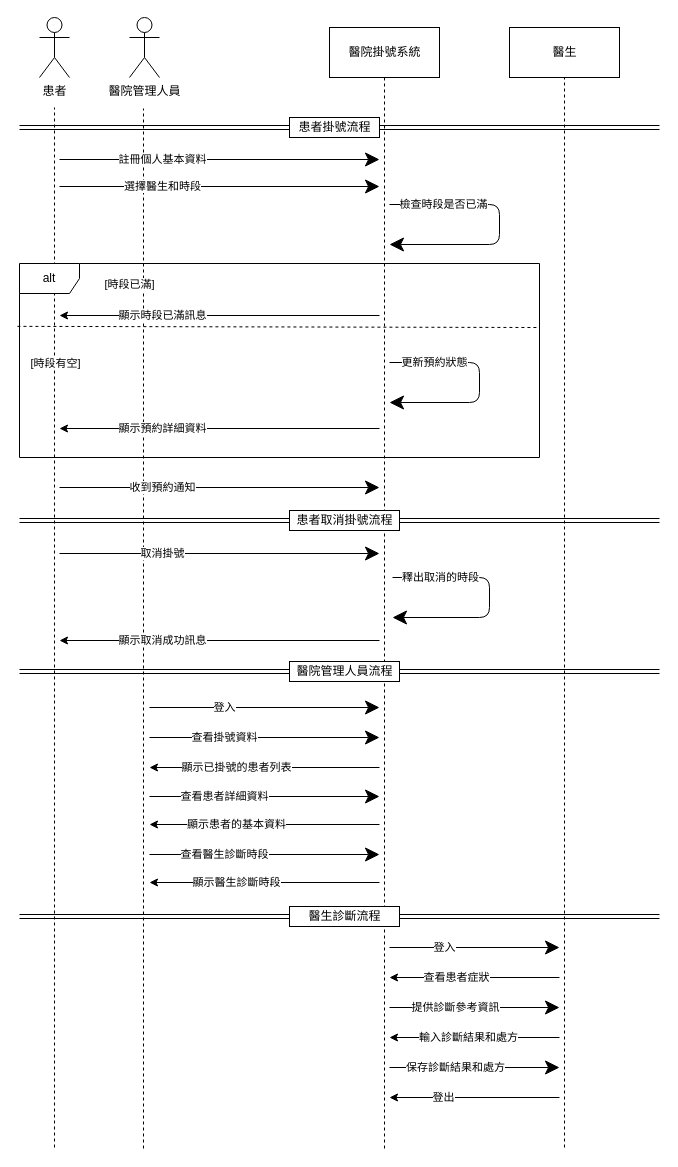
zxt0629/project keeps this draw.io diagram as page "系統循序圖" (3 of 4) of project.drawio. Above is the earlier version. Source tidied: cells renumbered, new cells numbered last; positions are measured from the earlier drawing's top-left corner, leaving out a move shared by most shapes. Both pictures are drawn from the tidied source at 100%, with x=0, y=0 at pixel (19, 17).
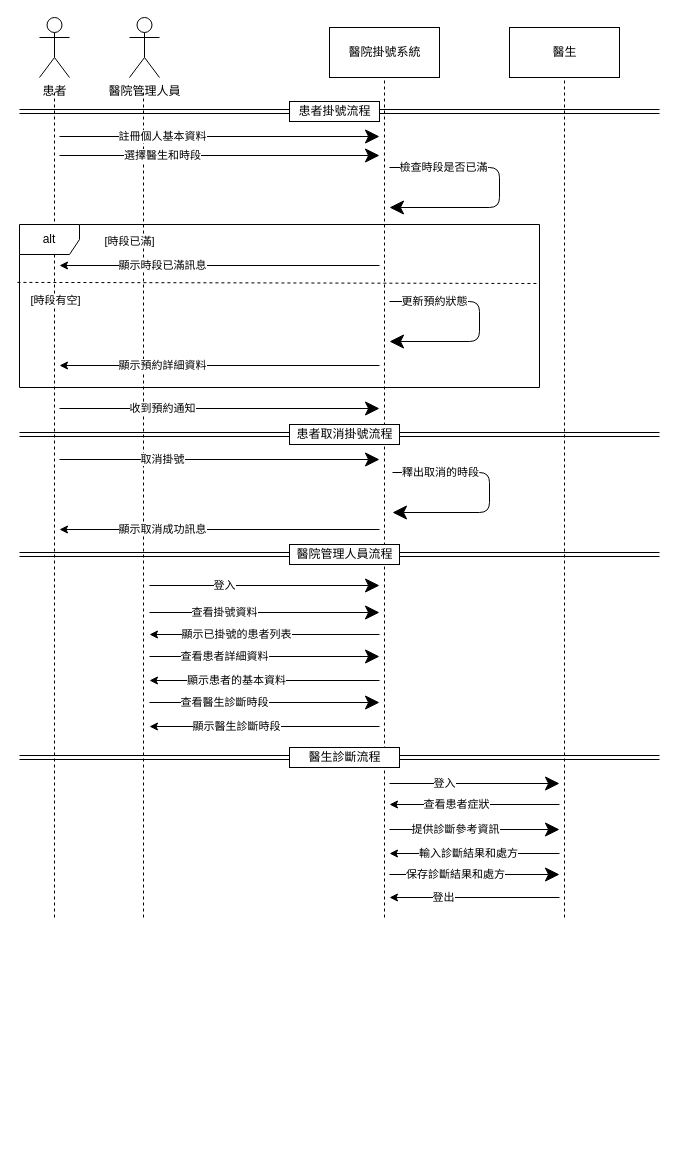
After the change.

Unchanged cells that the change refers to:
```xml
<mxCell id="5" value="醫院掛號系統" style="html=1;" parent="1" vertex="1">
  <mxGeometry x="310" y="10" width="110" height="50" as="geometry" />
</mxCell>
<mxCell id="6" value="醫生" style="html=1;" parent="1" vertex="1">
  <mxGeometry x="490" y="10" width="110" height="50" as="geometry" />
</mxCell>
```

Change to the diagram source:
```diff
@@
     <mxCell id="4" style="endArrow=classic;startArrow=none;html=1;shape=link;" parent="1" edge="1" source="12">
       <mxGeometry relative="1" as="geometry">
-        <mxPoint x="640" y="110" as="targetPoint" />
+        <mxPoint x="640" y="94" as="targetPoint" />
       </mxGeometry>
     </mxCell>
@@
     <mxCell id="7" style="endArrow=none;dashed=1;html=1;" parent="1" edge="1">
       <mxGeometry relative="1" as="geometry">
-        <mxPoint x="35" y="1130" as="sourcePoint" />
-        <mxPoint x="35" y="90" as="targetPoint" />
+        <mxPoint x="35" y="900" as="sourcePoint" />
+        <mxPoint x="35" y="74" as="targetPoint" />
       </mxGeometry>
     </mxCell>
     <mxCell id="8" style="endArrow=none;dashed=1;html=1;" parent="1" edge="1">
       <mxGeometry relative="1" as="geometry">
-        <mxPoint x="124" y="1131" as="sourcePoint" />
-        <mxPoint x="124" y="91" as="targetPoint" />
+        <mxPoint x="124" y="900" as="sourcePoint" />
+        <mxPoint x="124" y="75" as="targetPoint" />
       </mxGeometry>
     </mxCell>
     <mxCell id="9" style="endArrow=none;dashed=1;html=1;entryX=0.5;entryY=1;entryDx=0;entryDy=0;" parent="1" edge="1" target="5">
       <mxGeometry relative="1" as="geometry">
-        <mxPoint x="365" y="1131" as="sourcePoint" />
+        <mxPoint x="365" y="900" as="sourcePoint" />
       </mxGeometry>
     </mxCell>
     <mxCell id="10" style="endArrow=none;dashed=1;html=1;entryX=0.5;entryY=1;entryDx=0;entryDy=0;" parent="1" edge="1" target="6">
       <mxGeometry relative="1" as="geometry">
-        <mxPoint x="545" y="1130" as="sourcePoint" />
+        <mxPoint x="545" y="900" as="sourcePoint" />
       </mxGeometry>
     </mxCell>
     <mxCell id="11" style="endArrow=none;startArrow=classic;html=1;shape=link;" parent="1" edge="1" target="12">
       <mxGeometry relative="1" as="geometry">
-        <mxPoint y="110" as="sourcePoint" />
+        <mxPoint y="94" as="sourcePoint" />
       </mxGeometry>
     </mxCell>
     <mxCell id="12" value="患者掛號流程" style="html=1;" parent="1" vertex="1">
-      <mxGeometry x="270" y="100" width="90" height="20" as="geometry" />
+      <mxGeometry x="270" y="84" width="90" height="20" as="geometry" />
     </mxCell>
     <mxCell id="13" style="endArrow=classic;endFill=1;endSize=12;html=1;" parent="1" edge="1">
       <mxGeometry relative="1" as="geometry">
-        <mxPoint x="40" y="142" as="sourcePoint" />
-        <mxPoint x="360" y="142" as="targetPoint" />
+        <mxPoint x="40" y="119" as="sourcePoint" />
+        <mxPoint x="360" y="119" as="targetPoint" />
       </mxGeometry>
     </mxCell>
@@
     <mxCell id="15" style="endArrow=classic;endFill=1;endSize=12;html=1;" parent="1" edge="1">
       <mxGeometry relative="1" as="geometry">
-        <mxPoint x="40" y="169" as="sourcePoint" />
-        <mxPoint x="360" y="169" as="targetPoint" />
+        <mxPoint x="40" y="138" as="sourcePoint" />
+        <mxPoint x="360" y="138" as="targetPoint" />
       </mxGeometry>
     </mxCell>
@@
     <mxCell id="17" style="endArrow=classic;endFill=1;endSize=12;html=1;" parent="1" edge="1">
       <mxGeometry relative="1" as="geometry">
-        <mxPoint x="370" y="187" as="sourcePoint" />
-        <mxPoint x="370" y="227" as="targetPoint" />
+        <mxPoint x="370" y="150" as="sourcePoint" />
+        <mxPoint x="370" y="190" as="targetPoint" />
         <Array as="points">
-          <mxPoint x="480" y="187" />
-          <mxPoint x="480" y="227" />
+          <mxPoint x="480" y="150" />
+          <mxPoint x="480" y="190" />
         </Array>
       </mxGeometry>
     </mxCell>
@@
     <mxCell id="19" value="alt" style="shape=umlFrame;whiteSpace=wrap;html=1;" parent="1" vertex="1">
-      <mxGeometry y="246" width="520" height="194" as="geometry" />
+      <mxGeometry y="207" width="520" height="163" as="geometry" />
     </mxCell>
     <mxCell id="20" style="endArrow=none;endFill=0;endSize=12;html=1;startArrow=classic;startFill=1;" parent="1" edge="1">
       <mxGeometry relative="1" as="geometry">
-        <mxPoint x="40" y="298" as="sourcePoint" />
-        <mxPoint x="360" y="298" as="targetPoint" />
+        <mxPoint x="40" y="248" as="sourcePoint" />
+        <mxPoint x="360" y="248" as="targetPoint" />
       </mxGeometry>
     </mxCell>
@@
     <mxCell id="22" value="[時段已滿]" style="edgeLabel;html=1;align=center;verticalAlign=middle;" parent="20" vertex="1">
       <mxGeometry x="0.2" y="3" relative="1" as="geometry">
-        <mxPoint x="-123" y="-29" as="offset" />
+        <mxPoint x="-123" y="-22" as="offset" />
       </mxGeometry>
     </mxCell>
-    <mxCell id="23" style="endArrow=none;dashed=1;html=1;exitX=-0.004;exitY=0.324;exitDx=0;exitDy=0;exitPerimeter=0;entryX=1.001;entryY=0.33;entryDx=0;entryDy=0;entryPerimeter=0;" parent="1" edge="1" source="19" target="19">
-      <mxGeometry relative="1" as="geometry" />
+    <mxCell id="23" style="endArrow=none;dashed=1;html=1;exitX=-0.004;exitY=0.324;exitDx=0;exitDy=0;exitPerimeter=0;entryX=1.001;entryY=0.33;entryDx=0;entryDy=0;entryPerimeter=0;" parent="1" edge="1">
+      <mxGeometry relative="1" as="geometry">
+        <mxPoint x="-2.1" y="264.9" as="sourcePoint" />
+        <mxPoint x="520.5" y="266" as="targetPoint" />
+      </mxGeometry>
     </mxCell>
     <mxCell id="24" value="[時段有空]" style="edgeLabel;html=1;align=center;verticalAlign=middle;" parent="1" vertex="1">
-      <mxGeometry x="35" y="345" as="geometry" />
+      <mxGeometry x="35" y="282" as="geometry" />
     </mxCell>
     <mxCell id="25" style="endArrow=classic;endFill=1;endSize=12;html=1;" parent="1" edge="1">
       <mxGeometry relative="1" as="geometry">
-        <mxPoint x="370" y="345" as="sourcePoint" />
-        <mxPoint x="370" y="385" as="targetPoint" />
+        <mxPoint x="370" y="284" as="sourcePoint" />
+        <mxPoint x="370" y="324" as="targetPoint" />
         <Array as="points">
-          <mxPoint x="460" y="345" />
-          <mxPoint x="460" y="385" />
+          <mxPoint x="460" y="284" />
+          <mxPoint x="460" y="324" />
         </Array>
       </mxGeometry>
     </mxCell>
@@
     <mxCell id="27" style="endArrow=none;endFill=0;endSize=12;html=1;startArrow=classic;startFill=1;" parent="1" edge="1">
       <mxGeometry relative="1" as="geometry">
-        <mxPoint x="40" y="411" as="sourcePoint" />
-        <mxPoint x="360" y="411" as="targetPoint" />
+        <mxPoint x="40" y="348" as="sourcePoint" />
+        <mxPoint x="360" y="348" as="targetPoint" />
       </mxGeometry>
     </mxCell>
@@
     <mxCell id="29" style="endArrow=classic;endFill=1;endSize=12;html=1;" parent="1" edge="1">
       <mxGeometry relative="1" as="geometry">
-        <mxPoint x="40" y="470" as="sourcePoint" />
-        <mxPoint x="360" y="470" as="targetPoint" />
+        <mxPoint x="40" y="391" as="sourcePoint" />
+        <mxPoint x="360" y="391" as="targetPoint" />
       </mxGeometry>
     </mxCell>
@@
     <mxCell id="31" style="endArrow=classic;startArrow=none;html=1;shape=link;" parent="1" edge="1" source="33">
       <mxGeometry relative="1" as="geometry">
-        <mxPoint x="640" y="503" as="targetPoint" />
+        <mxPoint x="640" y="417" as="targetPoint" />
       </mxGeometry>
     </mxCell>
     <mxCell id="32" style="endArrow=none;startArrow=classic;html=1;shape=link;" parent="1" edge="1" target="33">
       <mxGeometry relative="1" as="geometry">
-        <mxPoint y="503" as="sourcePoint" />
+        <mxPoint y="417" as="sourcePoint" />
       </mxGeometry>
     </mxCell>
     <mxCell id="33" value="患者取消掛號流程" style="html=1;" parent="1" vertex="1">
-      <mxGeometry x="270" y="493" width="110" height="20" as="geometry" />
+      <mxGeometry x="270" y="407" width="110" height="20" as="geometry" />
     </mxCell>
     <mxCell id="34" style="endArrow=classic;endFill=1;endSize=12;html=1;" parent="1" edge="1">
       <mxGeometry relative="1" as="geometry">
-        <mxPoint x="40" y="536" as="sourcePoint" />
-        <mxPoint x="360" y="536" as="targetPoint" />
+        <mxPoint x="40" y="442" as="sourcePoint" />
+        <mxPoint x="360" y="442" as="targetPoint" />
       </mxGeometry>
     </mxCell>
@@
     <mxCell id="36" style="endArrow=classic;endFill=1;endSize=12;html=1;" parent="1" edge="1">
       <mxGeometry relative="1" as="geometry">
-        <mxPoint x="373" y="560" as="sourcePoint" />
-        <mxPoint x="373" y="600" as="targetPoint" />
+        <mxPoint x="373" y="455" as="sourcePoint" />
+        <mxPoint x="373" y="495" as="targetPoint" />
         <Array as="points">
-          <mxPoint x="470" y="560" />
-          <mxPoint x="470" y="600" />
+          <mxPoint x="470" y="455" />
+          <mxPoint x="470" y="495" />
         </Array>
       </mxGeometry>
     </mxCell>
@@
     <mxCell id="38" style="endArrow=none;endFill=0;endSize=12;html=1;startArrow=classic;startFill=1;" parent="1" edge="1">
       <mxGeometry relative="1" as="geometry">
-        <mxPoint x="40" y="623" as="sourcePoint" />
-        <mxPoint x="360" y="623" as="targetPoint" />
+        <mxPoint x="40" y="512" as="sourcePoint" />
+        <mxPoint x="360" y="512" as="targetPoint" />
       </mxGeometry>
     </mxCell>
@@
     <mxCell id="40" style="endArrow=classic;startArrow=none;html=1;shape=link;" parent="1" edge="1" source="42">
       <mxGeometry relative="1" as="geometry">
-        <mxPoint x="640" y="654" as="targetPoint" />
+        <mxPoint x="640" y="537" as="targetPoint" />
       </mxGeometry>
     </mxCell>
     <mxCell id="41" style="endArrow=none;startArrow=classic;html=1;shape=link;" parent="1" edge="1" target="42">
       <mxGeometry relative="1" as="geometry">
-        <mxPoint y="654" as="sourcePoint" />
+        <mxPoint y="537" as="sourcePoint" />
       </mxGeometry>
     </mxCell>
     <mxCell id="42" value="醫院管理人員流程" style="html=1;" parent="1" vertex="1">
-      <mxGeometry x="270" y="644" width="110" height="20" as="geometry" />
+      <mxGeometry x="270" y="527" width="110" height="20" as="geometry" />
     </mxCell>
     <mxCell id="43" style="endArrow=classic;endFill=1;endSize=12;html=1;" parent="1" edge="1">
       <mxGeometry relative="1" as="geometry">
-        <mxPoint x="130" y="690" as="sourcePoint" />
-        <mxPoint x="360" y="690" as="targetPoint" />
+        <mxPoint x="130" y="568" as="sourcePoint" />
+        <mxPoint x="360" y="568" as="targetPoint" />
       </mxGeometry>
     </mxCell>
@@
     <mxCell id="45" style="endArrow=classic;endFill=1;endSize=12;html=1;" parent="1" edge="1">
       <mxGeometry relative="1" as="geometry">
-        <mxPoint x="130" y="720" as="sourcePoint" />
-        <mxPoint x="360" y="720" as="targetPoint" />
+        <mxPoint x="130" y="595" as="sourcePoint" />
+        <mxPoint x="360" y="595" as="targetPoint" />
       </mxGeometry>
     </mxCell>
@@
     <mxCell id="47" style="endArrow=none;endFill=0;endSize=12;html=1;startArrow=classic;startFill=1;" parent="1" edge="1">
       <mxGeometry relative="1" as="geometry">
-        <mxPoint x="130" y="750" as="sourcePoint" />
-        <mxPoint x="360" y="750" as="targetPoint" />
+        <mxPoint x="130" y="617" as="sourcePoint" />
+        <mxPoint x="360" y="617" as="targetPoint" />
       </mxGeometry>
     </mxCell>
@@
     <mxCell id="49" style="endArrow=classic;endFill=1;endSize=12;html=1;" parent="1" edge="1">
       <mxGeometry relative="1" as="geometry">
-        <mxPoint x="130" y="779" as="sourcePoint" />
-        <mxPoint x="360" y="779" as="targetPoint" />
+        <mxPoint x="130" y="639" as="sourcePoint" />
+        <mxPoint x="360" y="639" as="targetPoint" />
       </mxGeometry>
     </mxCell>
@@
     <mxCell id="51" style="endArrow=none;endFill=0;endSize=12;html=1;startArrow=classic;startFill=1;" parent="1" edge="1">
       <mxGeometry relative="1" as="geometry">
-        <mxPoint x="130" y="807" as="sourcePoint" />
-        <mxPoint x="360" y="807" as="targetPoint" />
+        <mxPoint x="130" y="663" as="sourcePoint" />
+        <mxPoint x="360" y="663" as="targetPoint" />
       </mxGeometry>
     </mxCell>
@@
     <mxCell id="53" style="endArrow=classic;endFill=1;endSize=12;html=1;" parent="1" edge="1">
       <mxGeometry relative="1" as="geometry">
-        <mxPoint x="130" y="837" as="sourcePoint" />
-        <mxPoint x="360" y="837" as="targetPoint" />
+        <mxPoint x="130" y="685" as="sourcePoint" />
+        <mxPoint x="360" y="685" as="targetPoint" />
       </mxGeometry>
     </mxCell>
@@
     <mxCell id="55" style="endArrow=none;endFill=0;endSize=12;html=1;startArrow=classic;startFill=1;" parent="1" edge="1">
       <mxGeometry relative="1" as="geometry">
-        <mxPoint x="130" y="865" as="sourcePoint" />
-        <mxPoint x="360" y="865" as="targetPoint" />
+        <mxPoint x="130" y="709" as="sourcePoint" />
+        <mxPoint x="360" y="709" as="targetPoint" />
       </mxGeometry>
     </mxCell>
@@
     <mxCell id="57" style="endArrow=classic;startArrow=none;html=1;shape=link;" parent="1" edge="1" source="59">
       <mxGeometry relative="1" as="geometry">
-        <mxPoint x="640" y="899" as="targetPoint" />
+        <mxPoint x="640" y="740" as="targetPoint" />
       </mxGeometry>
     </mxCell>
     <mxCell id="58" style="endArrow=none;startArrow=classic;html=1;shape=link;" parent="1" edge="1" target="59">
       <mxGeometry relative="1" as="geometry">
-        <mxPoint y="899" as="sourcePoint" />
+        <mxPoint y="740" as="sourcePoint" />
       </mxGeometry>
     </mxCell>
     <mxCell id="59" value="醫生診斷流程" style="html=1;" parent="1" vertex="1">
-      <mxGeometry x="270" y="889" width="110" height="20" as="geometry" />
+      <mxGeometry x="270" y="730" width="110" height="20" as="geometry" />
     </mxCell>
     <mxCell id="60" style="endArrow=classic;endFill=1;endSize=12;html=1;" parent="1" edge="1">
       <mxGeometry relative="1" as="geometry">
-        <mxPoint x="370" y="930" as="sourcePoint" />
-        <mxPoint x="540" y="930" as="targetPoint" />
+        <mxPoint x="370" y="766" as="sourcePoint" />
+        <mxPoint x="540" y="766" as="targetPoint" />
       </mxGeometry>
     </mxCell>
@@
     <mxCell id="62" style="endArrow=none;endFill=0;endSize=12;html=1;startArrow=classic;startFill=1;" parent="1" edge="1">
       <mxGeometry relative="1" as="geometry">
-        <mxPoint x="370" y="960" as="sourcePoint" />
-        <mxPoint x="540" y="960" as="targetPoint" />
+        <mxPoint x="370" y="787" as="sourcePoint" />
+        <mxPoint x="540" y="787" as="targetPoint" />
       </mxGeometry>
     </mxCell>
@@
     <mxCell id="64" style="endArrow=classic;endFill=1;endSize=12;html=1;" parent="1" edge="1">
       <mxGeometry relative="1" as="geometry">
-        <mxPoint x="370" y="990" as="sourcePoint" />
-        <mxPoint x="540" y="990" as="targetPoint" />
+        <mxPoint x="370" y="812" as="sourcePoint" />
+        <mxPoint x="540" y="812" as="targetPoint" />
       </mxGeometry>
     </mxCell>
@@
     <mxCell id="66" style="endArrow=none;endFill=0;endSize=12;html=1;startArrow=classic;startFill=1;" parent="1" edge="1">
       <mxGeometry relative="1" as="geometry">
-        <mxPoint x="370" y="1020" as="sourcePoint" />
-        <mxPoint x="540" y="1020" as="targetPoint" />
+        <mxPoint x="370" y="836" as="sourcePoint" />
+        <mxPoint x="540" y="836" as="targetPoint" />
       </mxGeometry>
     </mxCell>
@@
     <mxCell id="68" style="endArrow=classic;endFill=1;endSize=12;html=1;" parent="1" edge="1">
       <mxGeometry relative="1" as="geometry">
-        <mxPoint x="370" y="1050" as="sourcePoint" />
-        <mxPoint x="540" y="1050" as="targetPoint" />
+        <mxPoint x="370" y="857" as="sourcePoint" />
+        <mxPoint x="540" y="857" as="targetPoint" />
       </mxGeometry>
     </mxCell>
@@
     <mxCell id="70" style="endArrow=none;endFill=0;endSize=12;html=1;startArrow=classic;startFill=1;" parent="1" edge="1">
       <mxGeometry relative="1" as="geometry">
-        <mxPoint x="370" y="1080" as="sourcePoint" />
-        <mxPoint x="540" y="1080" as="targetPoint" />
+        <mxPoint x="370" y="880" as="sourcePoint" />
+        <mxPoint x="540" y="880" as="targetPoint" />
       </mxGeometry>
     </mxCell>
```
